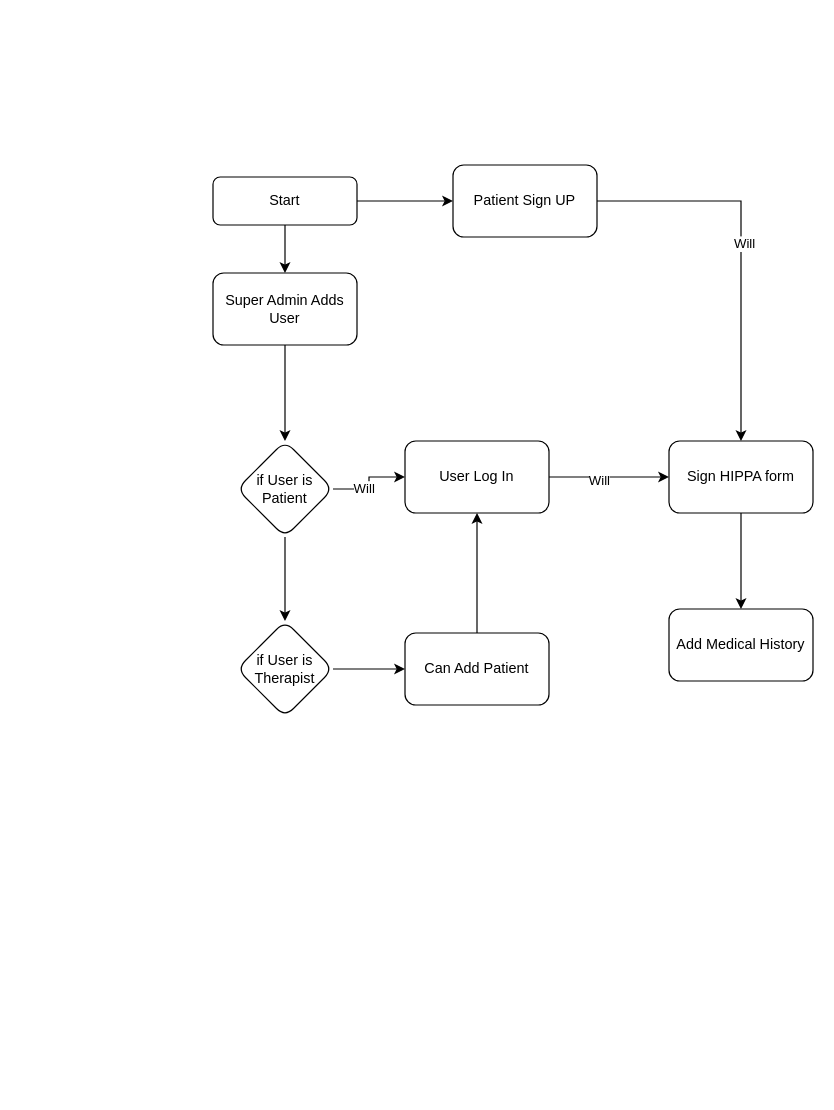
This is page "Page-1" (1 of 2) of Untitled Diagram.drawio from neel045/acme-rockets, a draw.io file, before an edit. Source tidied: cells renumbered, new cells numbered last; positions are measured from the earlier drawing's top-left corner, leaving out a move shared by most shapes. Both pictures are drawn from the tidied source at 120%, with x=0, y=0 at pixel (212, 164).
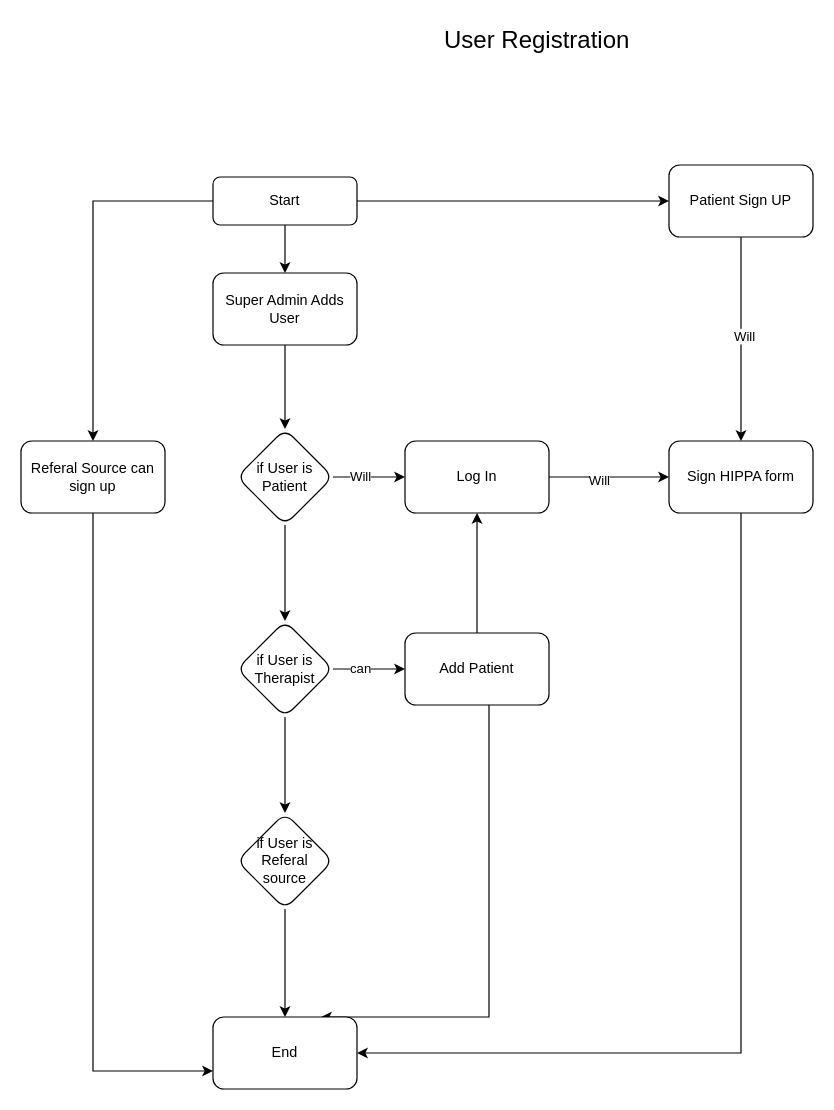
The same page after the edit.

The change refers to these unchanged cells:
```xml
<mxCell id="4" value="Start" style="rounded=1;whiteSpace=wrap;html=1;fontSize=12;glass=0;strokeWidth=1;shadow=0;" parent="1" vertex="1">
  <mxGeometry y="10" width="120" height="40" as="geometry" />
</mxCell>
<mxCell id="15" value="Sign HIPPA form" style="whiteSpace=wrap;html=1;rounded=1;glass=0;strokeWidth=1;shadow=0;" parent="1" vertex="1">
  <mxGeometry x="380" y="230" width="120" height="60" as="geometry" />
</mxCell>
<mxCell id="19" style="edgeStyle=orthogonalEdgeStyle;rounded=0;jettySize=auto;html=1;" parent="1" edge="1" source="20" target="22">
  <mxGeometry relative="1" as="geometry" />
</mxCell>
<mxCell id="20" value="if User is Therapist" style="rhombus;whiteSpace=wrap;html=1;rounded=1;glass=0;strokeWidth=1;shadow=0;" parent="1" vertex="1">
  <mxGeometry x="20" y="380" width="80" height="80" as="geometry" />
</mxCell>
```

Diff of the diagram source:
```diff
@@
+    <mxCell id="24" style="edgeStyle=orthogonalEdgeStyle;rounded=0;jettySize=auto;html=1;" parent="1" edge="1" source="4" target="33">
+      <mxGeometry relative="1" as="geometry" />
+    </mxCell>
@@
     <mxCell id="10" value="if User is Patient" style="rhombus;whiteSpace=wrap;html=1;rounded=1;glass=0;strokeWidth=1;shadow=0;" parent="1" vertex="1">
-      <mxGeometry x="20" y="230" width="80" height="80" as="geometry" />
+      <mxGeometry x="20" y="220" width="80" height="80" as="geometry" />
     </mxCell>
@@
-    <mxCell id="13" value="User Log In" style="whiteSpace=wrap;html=1;rounded=1;glass=0;strokeWidth=1;shadow=0;" parent="1" vertex="1">
+    <mxCell id="13" value="&lt;div&gt;&lt;span style=&quot;background-color: transparent; color: light-dark(rgb(0, 0, 0), rgb(255, 255, 255));&quot;&gt;Log In&lt;/span&gt;&lt;/div&gt;" style="whiteSpace=wrap;html=1;rounded=1;glass=0;strokeWidth=1;shadow=0;" parent="1" vertex="1">
       <mxGeometry x="160" y="230" width="120" height="60" as="geometry" />
     </mxCell>
-    <mxCell id="14" style="edgeStyle=orthogonalEdgeStyle;rounded=0;jettySize=auto;html=1;" parent="1" edge="1" source="15" target="23">
-      <mxGeometry relative="1" as="geometry" />
-    </mxCell>
+    <mxCell id="25" style="edgeStyle=orthogonalEdgeStyle;rounded=0;jettySize=auto;html=1;entryX=1;entryY=0.5;entryDx=0;entryDy=0;" parent="1" edge="1" source="15" target="31">
+      <mxGeometry relative="1" as="geometry">
+        <Array as="points">
+          <mxPoint x="440" y="740" />
+        </Array>
+      </mxGeometry>
+    </mxCell>
@@
     <mxCell id="18" value="Patient Sign UP" style="whiteSpace=wrap;html=1;rounded=1;glass=0;strokeWidth=1;shadow=0;" parent="1" vertex="1">
-      <mxGeometry x="200" width="120" height="60" as="geometry" />
+      <mxGeometry x="380" width="120" height="60" as="geometry" />
     </mxCell>
@@
+    <mxCell id="26" value="can" style="edgeLabel;html=1;align=center;verticalAlign=middle;" parent="19" vertex="1">
+      <mxGeometry x="-0.26" y="1" relative="1" as="geometry" />
+    </mxCell>
+    <mxCell id="27" style="edgeStyle=orthogonalEdgeStyle;rounded=0;jettySize=auto;html=1;" parent="1" edge="1" source="20" target="30">
+      <mxGeometry relative="1" as="geometry" />
+    </mxCell>
@@
+    <mxCell id="28" style="edgeStyle=orthogonalEdgeStyle;rounded=0;jettySize=auto;html=1;entryX=0.75;entryY=0;entryDx=0;entryDy=0;" parent="1" edge="1" source="22" target="31">
+      <mxGeometry relative="1" as="geometry">
+        <Array as="points">
+          <mxPoint x="230" y="710" />
+        </Array>
+      </mxGeometry>
+    </mxCell>
-    <mxCell id="22" value="Can Add Patient" style="whiteSpace=wrap;html=1;rounded=1;glass=0;strokeWidth=1;shadow=0;" parent="1" vertex="1">
+    <mxCell id="22" value="Add Patient" style="whiteSpace=wrap;html=1;rounded=1;glass=0;strokeWidth=1;shadow=0;" parent="1" vertex="1">
       <mxGeometry x="160" y="390" width="120" height="60" as="geometry" />
     </mxCell>
-    <mxCell id="23" value="Add Medical History" style="whiteSpace=wrap;html=1;rounded=1;glass=0;strokeWidth=1;shadow=0;" parent="1" vertex="1">
-      <mxGeometry x="380" y="370" width="120" height="60" as="geometry" />
-    </mxCell>
+    <mxCell id="29" style="edgeStyle=orthogonalEdgeStyle;rounded=0;jettySize=auto;html=1;" parent="1" edge="1" source="30" target="31">
+      <mxGeometry relative="1" as="geometry" />
+    </mxCell>
+    <mxCell id="30" value="if User is Referal source" style="rhombus;whiteSpace=wrap;html=1;rounded=1;glass=0;strokeWidth=1;shadow=0;" parent="1" vertex="1">
+      <mxGeometry x="20" y="540" width="80" height="80" as="geometry" />
+    </mxCell>
+    <mxCell id="31" value="End" style="whiteSpace=wrap;html=1;rounded=1;glass=0;strokeWidth=1;shadow=0;" parent="1" vertex="1">
+      <mxGeometry y="710" width="120" height="60" as="geometry" />
+    </mxCell>
+    <mxCell id="32" style="edgeStyle=orthogonalEdgeStyle;rounded=0;jettySize=auto;html=1;entryX=0;entryY=0.75;entryDx=0;entryDy=0;exitX=0.5;exitY=1;exitDx=0;exitDy=0;" parent="1" edge="1" source="33" target="31">
+      <mxGeometry relative="1" as="geometry" />
+    </mxCell>
+    <mxCell id="33" value="Referal Source can sign up" style="whiteSpace=wrap;html=1;rounded=1;glass=0;strokeWidth=1;shadow=0;" parent="1" vertex="1">
+      <mxGeometry x="-160" y="230" width="120" height="60" as="geometry" />
+    </mxCell>
+    <mxCell id="34" value="&lt;font style=&quot;font-size: 20px;&quot;&gt;User Registration&amp;nbsp;&lt;/font&gt;" style="text;html=1;align=center;verticalAlign=middle;whiteSpace=wrap;rounded=0;" parent="1" vertex="1">
+      <mxGeometry x="176" y="-120" width="194" height="30" as="geometry" />
+    </mxCell>
```
